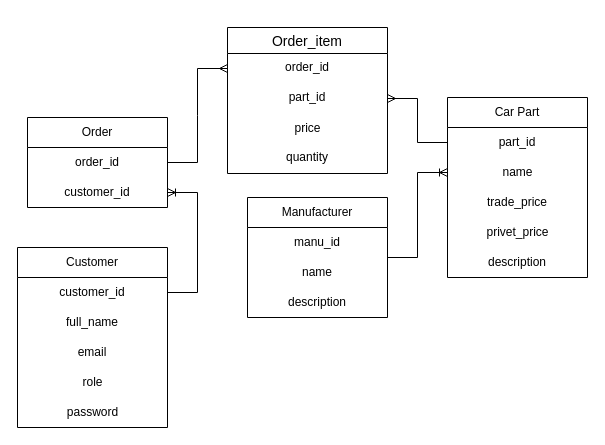
Earlier version of the draw.io diagram CA1-ERD.drawio (ManuJose1/ajs-ca1-carparts). Source tidied: cells renumbered, new cells numbered last; positions are measured from the earlier drawing's top-left corner, leaving out a move shared by most shapes. Both pictures are drawn from the tidied source at 100%, with x=0, y=0 at pixel (17, 27).
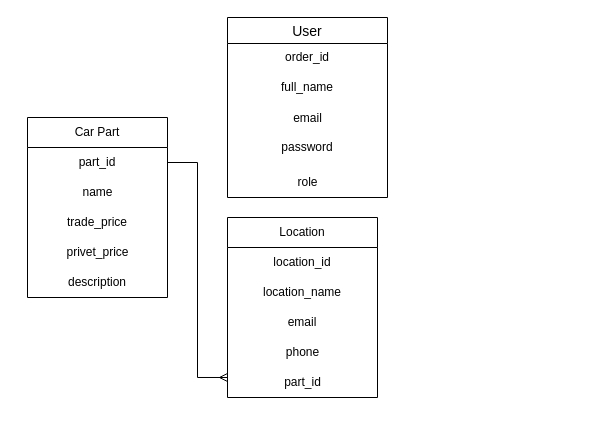
After the change.

Unchanged cells that the change refers to:
```xml
<mxCell id="12" value="part_id" style="text;strokeColor=none;fillColor=none;align=center;verticalAlign=middle;spacingLeft=4;spacingRight=4;overflow=hidden;points=[[0,0.5],[1,0.5]];portConstraint=eastwest;whiteSpace=wrap;html=1;" parent="11" vertex="1">
  <mxGeometry y="30" width="140" height="30" as="geometry" />
</mxCell>
<mxCell id="13" value="name" style="text;html=1;align=center;verticalAlign=middle;points=[];strokeColor=none;fillColor=none;" parent="11" vertex="1">
  <mxGeometry y="60" width="140" height="30" as="geometry" />
</mxCell>
<mxCell id="24" value="order_id" style="text;strokeColor=none;fillColor=none;spacingLeft=4;spacingRight=4;overflow=hidden;points=[[0,0.5],[1,0.5]];portConstraint=eastwest;fontSize=12;whiteSpace=wrap;html=1;align=center;" parent="23" vertex="1">
  <mxGeometry y="26" width="160" height="30" as="geometry" />
</mxCell>
```

Diff of the diagram source:
```diff
@@
-    <mxCell id="2" value="Customer" style="swimlane;fontStyle=0;horizontal=1;startSize=30;whiteSpace=wrap;html=1;" parent="1" vertex="1">
-      <mxGeometry y="220" width="150" height="180" as="geometry" />
+    <mxCell id="2" value="Location" style="swimlane;fontStyle=0;horizontal=1;startSize=30;whiteSpace=wrap;html=1;" parent="1" vertex="1">
+      <mxGeometry x="210" y="190" width="150" height="180" as="geometry" />
     </mxCell>
-    <mxCell id="3" value="customer_id" style="text;strokeColor=none;fillColor=none;align=center;verticalAlign=middle;spacingLeft=4;spacingRight=4;overflow=hidden;points=[[0,0.5],[1,0.5]];portConstraint=eastwest;whiteSpace=wrap;html=1;" parent="2" vertex="1">
+    <mxCell id="3" value="location_id" style="text;strokeColor=none;fillColor=none;align=center;verticalAlign=middle;spacingLeft=4;spacingRight=4;overflow=hidden;points=[[0,0.5],[1,0.5]];portConstraint=eastwest;whiteSpace=wrap;html=1;" parent="2" vertex="1">
       <mxGeometry y="30" width="150" height="30" as="geometry" />
     </mxCell>
-    <mxCell id="4" value="full_name" style="text;strokeColor=none;fillColor=none;align=center;verticalAlign=middle;spacingLeft=4;spacingRight=4;overflow=hidden;whiteSpace=wrap;html=1;" parent="2" vertex="1">
+    <mxCell id="4" value="location_name" style="text;strokeColor=none;fillColor=none;align=center;verticalAlign=middle;spacingLeft=4;spacingRight=4;overflow=hidden;whiteSpace=wrap;html=1;" parent="2" vertex="1">
       <mxGeometry y="60" width="150" height="30" as="geometry" />
     </mxCell>
@@
-    <mxCell id="6" value="role" style="text;html=1;align=center;verticalAlign=middle;strokeColor=none;fillColor=none;" parent="2" vertex="1">
+    <mxCell id="6" value="phone" style="text;html=1;align=center;verticalAlign=middle;strokeColor=none;fillColor=none;" parent="2" vertex="1">
       <mxGeometry y="120" width="150" height="30" as="geometry" />
     </mxCell>
-    <mxCell id="7" value="password" style="text;html=1;align=center;verticalAlign=middle;points=[];strokeColor=none;fillColor=none;" parent="2" vertex="1">
+    <mxCell id="7" value="part_id" style="text;html=1;align=center;verticalAlign=middle;points=[];strokeColor=none;fillColor=none;" parent="2" vertex="1">
       <mxGeometry y="150" width="150" height="30" as="geometry" />
     </mxCell>
-    <mxCell id="8" value="Order" style="swimlane;fontStyle=0;horizontal=1;startSize=30;whiteSpace=wrap;html=1;" parent="1" vertex="1">
-      <mxGeometry x="10" y="90" width="140" height="90" as="geometry" />
-    </mxCell>
-    <mxCell id="9" value="order_id" style="text;strokeColor=none;fillColor=none;align=center;verticalAlign=middle;spacingLeft=4;spacingRight=4;overflow=hidden;points=[[0,0.5],[1,0.5]];portConstraint=eastwest;whiteSpace=wrap;html=1;" parent="8" vertex="1">
-      <mxGeometry y="30" width="140" height="30" as="geometry" />
-    </mxCell>
-    <mxCell id="10" value="customer_id" style="text;strokeColor=none;fillColor=none;align=center;verticalAlign=middle;spacingLeft=4;spacingRight=4;overflow=hidden;points=[[0,0.5],[1,0.5]];portConstraint=eastwest;whiteSpace=wrap;html=1;" parent="8" vertex="1">
-      <mxGeometry y="60" width="140" height="30" as="geometry" />
-    </mxCell>
     <mxCell id="11" value="Car Part" style="swimlane;fontStyle=0;horizontal=1;startSize=30;whiteSpace=wrap;html=1;" parent="1" vertex="1">
-      <mxGeometry x="430" y="70" width="140" height="180" as="geometry" />
+      <mxGeometry x="10" y="90" width="140" height="180" as="geometry" />
     </mxCell>
@@
-    <mxCell id="17" value="Manufacturer" style="swimlane;fontStyle=0;horizontal=1;startSize=30;whiteSpace=wrap;html=1;" parent="1" vertex="1">
-      <mxGeometry x="230" y="170" width="140" height="120" as="geometry" />
-    </mxCell>
-    <mxCell id="18" value="manu_id" style="text;strokeColor=none;fillColor=none;align=center;verticalAlign=middle;spacingLeft=4;spacingRight=4;overflow=hidden;whiteSpace=wrap;html=1;" parent="17" vertex="1">
-      <mxGeometry y="30" width="140" height="30" as="geometry" />
-    </mxCell>
-    <mxCell id="19" value="name" style="text;strokeColor=none;fillColor=none;align=center;verticalAlign=middle;spacingLeft=4;spacingRight=4;overflow=hidden;whiteSpace=wrap;html=1;" parent="17" vertex="1">
-      <mxGeometry y="60" width="140" height="30" as="geometry" />
-    </mxCell>
-    <mxCell id="20" value="description" style="text;strokeColor=none;fillColor=none;align=center;verticalAlign=middle;spacingLeft=4;spacingRight=4;overflow=hidden;whiteSpace=wrap;html=1;" parent="17" vertex="1">
-      <mxGeometry y="90" width="140" height="30" as="geometry" />
-    </mxCell>
-    <mxCell id="21" style="edgeStyle=entityRelationEdgeStyle;fontSize=12;html=1;endArrow=ERoneToMany;rounded=0;" parent="1" edge="1" source="17" target="13">
-      <mxGeometry relative="1" as="geometry" />
-    </mxCell>
-    <mxCell id="22" style="edgeStyle=entityRelationEdgeStyle;fontSize=12;html=1;endArrow=ERoneToMany;rounded=0;exitX=1;exitY=0.5;exitDx=0;exitDy=0;entryX=1;entryY=0.5;entryDx=0;entryDy=0;" parent="1" edge="1" source="3" target="10">
-      <mxGeometry relative="1" as="geometry">
-        <Array as="points">
-          <mxPoint x="210" y="235" />
-        </Array>
-      </mxGeometry>
-    </mxCell>
-    <mxCell id="23" value="Order_item" style="swimlane;fontStyle=0;horizontal=1;startSize=26;align=center;fontSize=14;" parent="1" vertex="1">
-      <mxGeometry x="210" width="160" height="146" as="geometry" />
+    <mxCell id="23" value="User" style="swimlane;fontStyle=0;horizontal=1;startSize=26;align=center;fontSize=14;" parent="1" vertex="1">
+      <mxGeometry x="210" y="-10" width="160" height="180" as="geometry" />
     </mxCell>
@@
-    <mxCell id="25" value="part_id" style="text;strokeColor=none;fillColor=none;spacingLeft=4;spacingRight=4;overflow=hidden;points=[[0,0.5],[1,0.5]];portConstraint=eastwest;fontSize=12;whiteSpace=wrap;html=1;align=center;" parent="23" vertex="1">
+    <mxCell id="25" value="full_name" style="text;strokeColor=none;fillColor=none;spacingLeft=4;spacingRight=4;overflow=hidden;points=[[0,0.5],[1,0.5]];portConstraint=eastwest;fontSize=12;whiteSpace=wrap;html=1;align=center;" parent="23" vertex="1">
       <mxGeometry y="56" width="160" height="30" as="geometry" />
     </mxCell>
-    <mxCell id="26" value="price" style="text;html=1;align=center;verticalAlign=middle;strokeColor=none;fillColor=none;" parent="23" vertex="1">
+    <mxCell id="26" value="email" style="text;html=1;align=center;verticalAlign=middle;strokeColor=none;fillColor=none;" parent="23" vertex="1">
       <mxGeometry y="86" width="160" height="30" as="geometry" />
     </mxCell>
-    <mxCell id="27" value="quantity" style="text;strokeColor=none;fillColor=none;spacingLeft=4;spacingRight=4;overflow=hidden;fontSize=12;whiteSpace=wrap;html=1;align=center;" parent="23" vertex="1">
-      <mxGeometry y="116" width="160" height="30" as="geometry" />
+    <mxCell id="27" value="password" style="text;strokeColor=none;fillColor=none;spacingLeft=4;spacingRight=4;overflow=hidden;fontSize=12;whiteSpace=wrap;html=1;align=center;" parent="23" vertex="1">
+      <mxGeometry y="116" width="160" height="34" as="geometry" />
     </mxCell>
-    <mxCell id="28" style="edgeStyle=entityRelationEdgeStyle;fontSize=12;html=1;endArrow=ERmany;rounded=0;exitX=1;exitY=0.5;exitDx=0;exitDy=0;entryX=0;entryY=0.5;entryDx=0;entryDy=0;" parent="1" edge="1" source="9" target="24">
-      <mxGeometry relative="1" as="geometry" />
-    </mxCell>
-    <mxCell id="29" style="edgeStyle=entityRelationEdgeStyle;fontSize=12;html=1;endArrow=ERmany;rounded=0;entryX=1;entryY=0.5;entryDx=0;entryDy=0;exitX=0;exitY=0.5;exitDx=0;exitDy=0;" parent="1" edge="1" source="12" target="25">
-      <mxGeometry relative="1" as="geometry" />
-    </mxCell>
+    <mxCell id="30" value="role" style="text;html=1;align=center;verticalAlign=middle;strokeColor=none;fillColor=none;" parent="23" vertex="1">
+      <mxGeometry y="150" width="160" height="30" as="geometry" />
+    </mxCell>
+    <mxCell id="31" style="edgeStyle=entityRelationEdgeStyle;fontSize=12;html=1;endArrow=ERmany;rounded=0;exitX=1;exitY=0.5;exitDx=0;exitDy=0;entryX=0;entryY=0.333;entryDx=0;entryDy=0;entryPerimeter=0;" parent="1" edge="1" source="12" target="7">
+      <mxGeometry relative="1" as="geometry" />
+    </mxCell>
```
